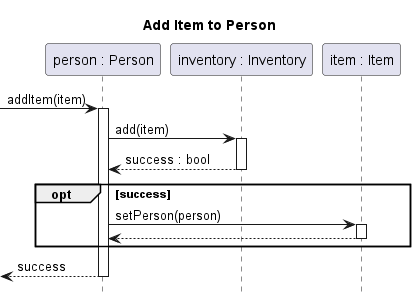
This is docs/img/diagrams/sequence/person-add-item.png from sn4k3ch4rm3r/logarlec, a PlantUML export, as it was before one commit.
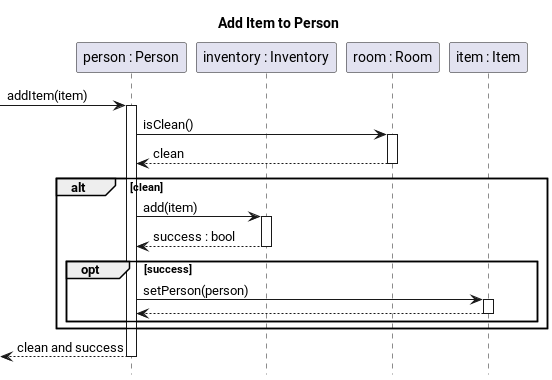
Later version of the same file.

The edit, as a diff of the source:
```diff
@@ -2,19 +2,23 @@
 
 title Add Item to Person
 hide footbox
-autoactivate on
 
 participant "person : Person" as person
 participant "inventory : Inventory" as inventory
+participant "room : Room" as room
 participant "item : Item" as item
 
-[-> person : addItem(item)
-	person -> inventory : add(item)
+[-> person ++ : addItem(item)
+    person -> room ++ : isClean()
+    return clean
+    alt clean
+	person -> inventory ++ : add(item)
 	return success : bool
 	opt success
 		person -> item ++: setPerson(person)
 		return
 	end
-return success
+	end
+return clean and success
 
 @enduml
```
